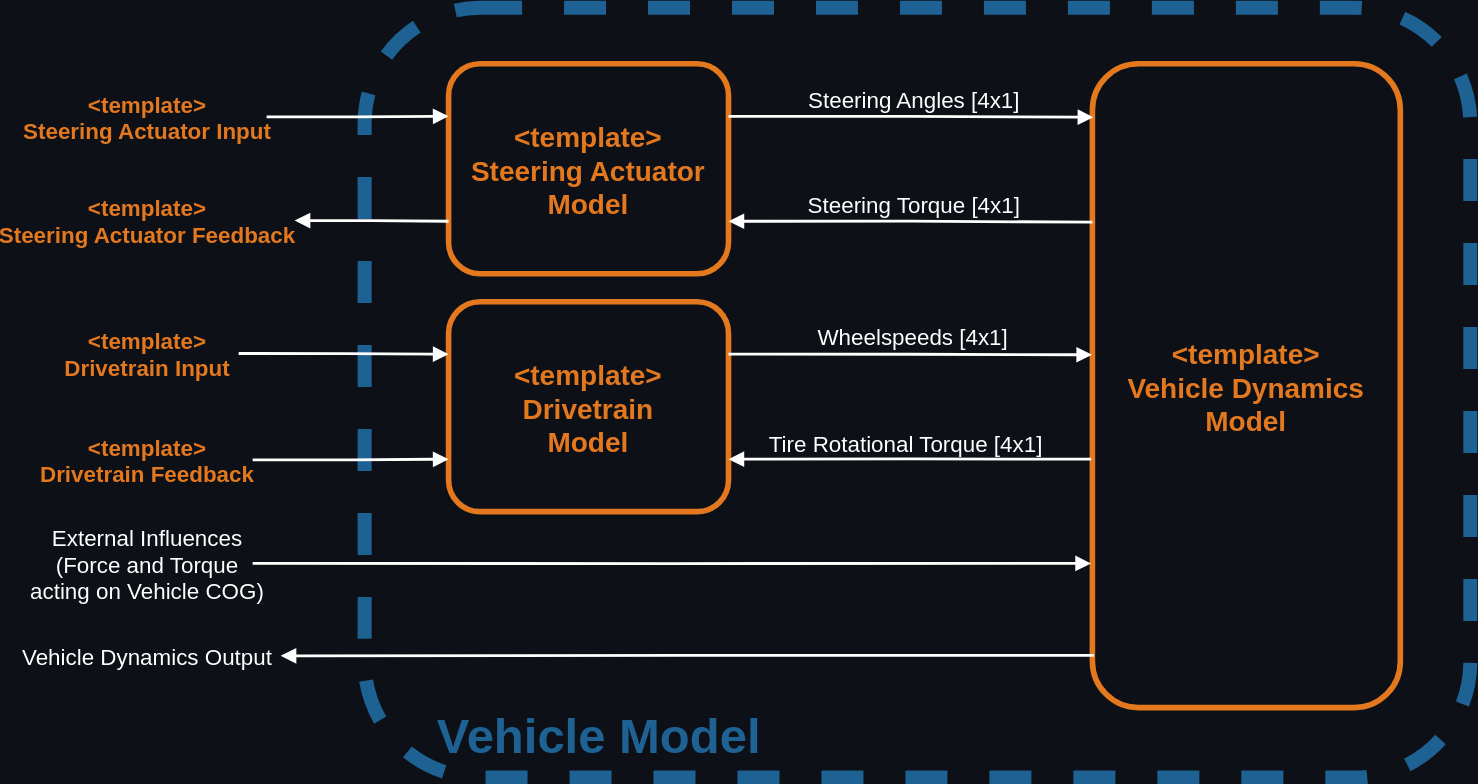
Before: doc/Model_Composition.drawio.svg, a diagram exported from draw.io (simonsag96/ocd-internal-develop). Source tidied: cells renumbered, new cells last; positions are measured from the earlier drawing's top-left corner, leaving out a move shared by most shapes.
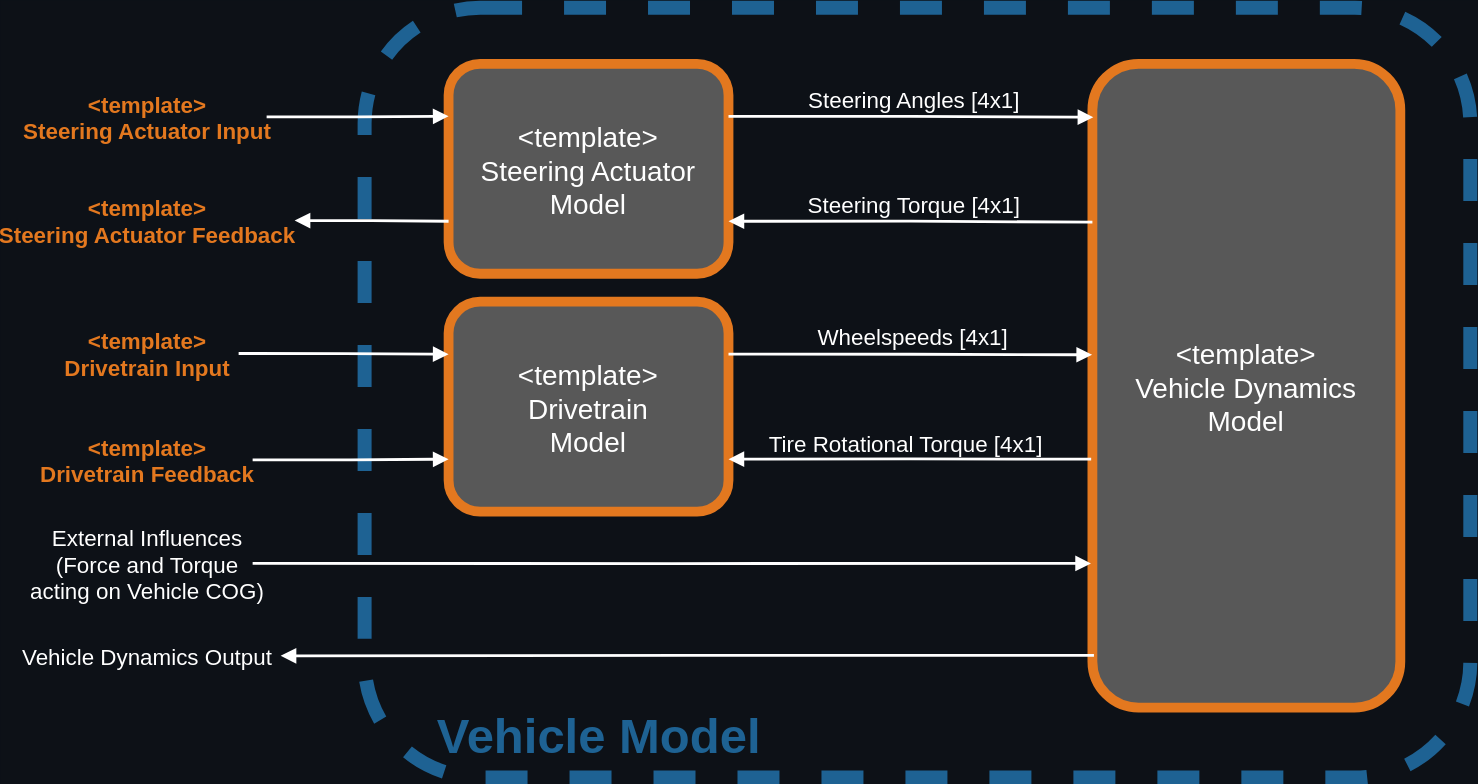
After the change.

Change to the diagram source:
```diff
@@ -5,13 +5,13 @@
     <mxCell id="2" value="Vehicle Model" style="rounded=1;fontSize=35;fillColor=none;fontColor=#1E6293;verticalAlign=bottom;strokeColor=#1E6293;dashed=1;strokeWidth=10;fontStyle=1;spacingBottom=12;spacingRight=0;align=left;spacingLeft=50;" parent="1" vertex="1">
       <mxGeometry x="260" width="790" height="550" as="geometry" />
     </mxCell>
-    <mxCell id="3" value="&lt;template&gt;&#10;Steering Actuator&#10;Model" style="rounded=1;fontSize=20;fillColor=none;fontColor=#E3781F;strokeColor=#E3781F;strokeWidth=4;align=center;verticalAlign=middle;fontFamily=Helvetica;fontStyle=1;" parent="1" vertex="1">
+    <mxCell id="3" value="&lt;template&gt;&#10;Steering Actuator&#10;Model" style="rounded=1;fontSize=20;fillColor=#585858;fontColor=#FFFFFF;strokeColor=#E3781F;strokeWidth=7;align=center;verticalAlign=middle;fontFamily=Helvetica;fontStyle=0;" parent="1" vertex="1">
       <mxGeometry x="320" y="40" width="200" height="150" as="geometry" />
     </mxCell>
-    <mxCell id="4" value="&lt;template&gt;&#10;Drivetrain&#10;Model" style="rounded=1;fontSize=20;fillColor=none;fontColor=#E3781F;strokeColor=#E3781F;strokeWidth=4;align=center;verticalAlign=middle;fontFamily=Helvetica;fontStyle=1;" parent="1" vertex="1">
+    <mxCell id="4" value="&lt;template&gt;&#10;Drivetrain&#10;Model" style="rounded=1;fontSize=20;fillColor=#585858;fontColor=#FFFFFF;strokeColor=#E3781F;strokeWidth=7;align=center;verticalAlign=middle;fontFamily=Helvetica;fontStyle=0;" parent="1" vertex="1">
       <mxGeometry x="320" y="210" width="200" height="150" as="geometry" />
     </mxCell>
-    <mxCell id="5" value="&lt;template&gt;&#10;Vehicle Dynamics&#10;Model" style="rounded=1;fontSize=20;fillColor=none;fontColor=#E3781F;strokeColor=#E3781F;strokeWidth=4;fontStyle=1;" parent="1" vertex="1">
+    <mxCell id="5" value="&lt;template&gt;&#10;Vehicle Dynamics&#10;Model" style="rounded=1;fontSize=20;fillColor=#585858;fontColor=#FFFFFF;strokeColor=#E3781F;strokeWidth=7;fontStyle=0;" parent="1" vertex="1">
       <mxGeometry x="780" y="40" width="220" height="460" as="geometry" />
     </mxCell>
     <mxCell id="6" style="edgeStyle=orthogonalEdgeStyle;rounded=0;jettySize=auto;exitX=1;exitY=0.25;exitDx=0;exitDy=0;entryX=0.003;entryY=0.083;entryDx=0;entryDy=0;entryPerimeter=0;strokeWidth=2;endArrow=block;endFill=1;strokeColor=#FFFFFF;" parent="1" edge="1" source="3" target="5">
```
